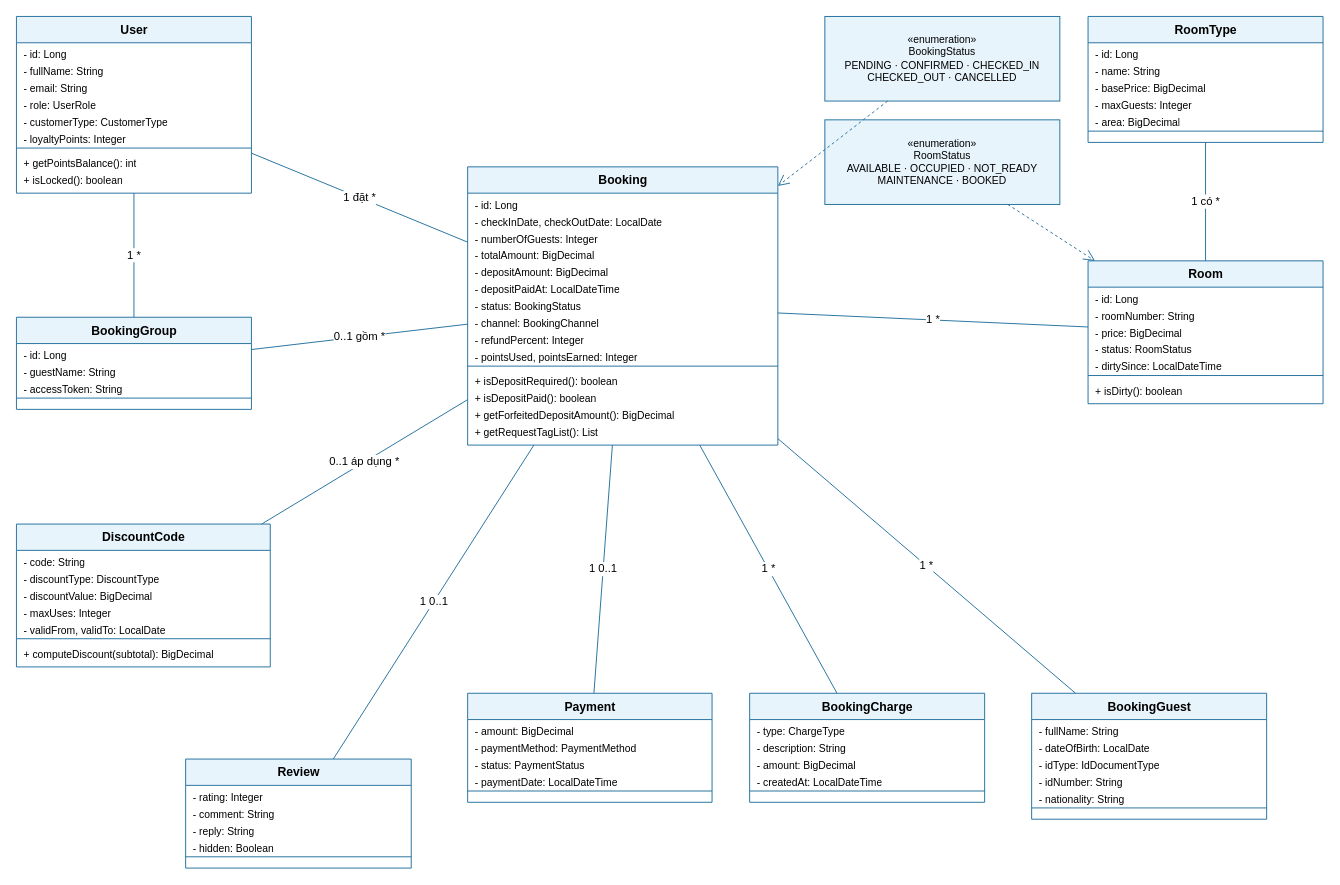
Earlier version of the draw.io diagram docs/thiet-ke/bieu-do-lop.drawio (ngynquchn2511/beach-hotel). Source tidied: cells renumbered, new cells numbered last; positions are measured from the earlier drawing's top-left corner, leaving out a move shared by most shapes. Both pictures are drawn from the tidied source at 94%, with x=0, y=0 at pixel (16, 16).
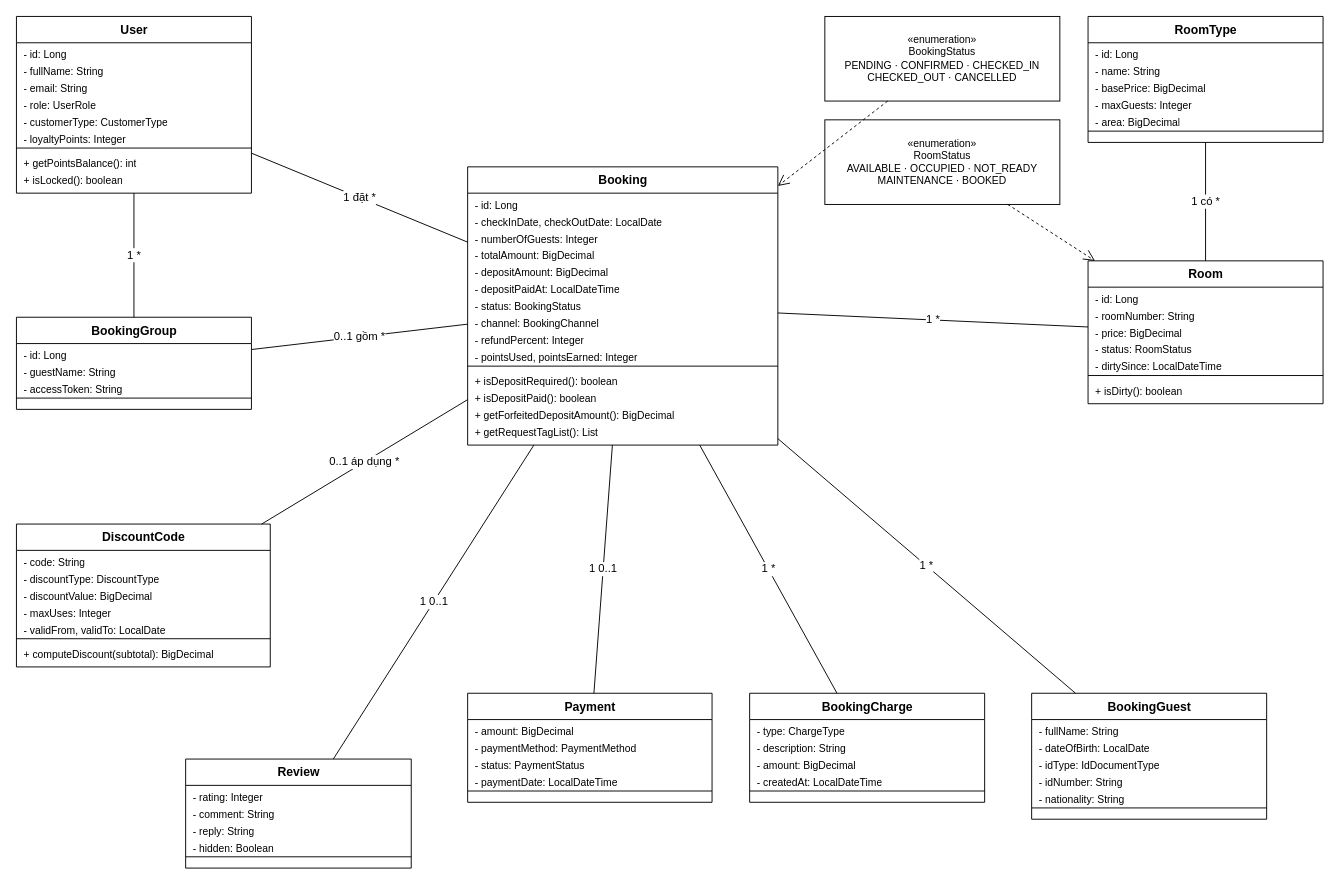
Above is the later version.

What changed in the source:
```diff
@@
-    <mxCell id="2" value="User" style="swimlane;fontStyle=1;align=center;verticalAlign=top;horizontal=1;startSize=28;html=1;fillColor=#E8F4FB;strokeColor=#1F6E9C;fontSize=13;" parent="1" vertex="1">
+    <mxCell id="2" value="User" style="swimlane;fontStyle=1;align=center;verticalAlign=top;horizontal=1;startSize=28;html=1;fillColor=#FFFFFF;strokeColor=#000000;fontSize=13;" parent="1" vertex="1">
       <mxGeometry width="250" height="188" as="geometry" />
     </mxCell>
@@
-    <mxCell id="9" style="line;strokeWidth=1;fillColor=none;align=left;verticalAlign=middle;spacingTop=-1;spacingLeft=3;spacingRight=3;labelPosition=right;strokeColor=#1F6E9C;" parent="2" vertex="1">
+    <mxCell id="9" style="line;strokeWidth=1;fillColor=none;align=left;verticalAlign=middle;spacingTop=-1;spacingLeft=3;spacingRight=3;labelPosition=right;strokeColor=#000000;" parent="2" vertex="1">
       <mxGeometry y="136" width="250" height="8" as="geometry" />
     </mxCell>
@@
-    <mxCell id="12" value="RoomType" style="swimlane;fontStyle=1;align=center;verticalAlign=top;horizontal=1;startSize=28;html=1;fillColor=#E8F4FB;strokeColor=#1F6E9C;fontSize=13;" parent="1" vertex="1">
+    <mxCell id="12" value="RoomType" style="swimlane;fontStyle=1;align=center;verticalAlign=top;horizontal=1;startSize=28;html=1;fillColor=#FFFFFF;strokeColor=#000000;fontSize=13;" parent="1" vertex="1">
       <mxGeometry x="1140" width="250" height="134" as="geometry" />
     </mxCell>
@@
-    <mxCell id="18" style="line;strokeWidth=1;fillColor=none;align=left;verticalAlign=middle;spacingTop=-1;spacingLeft=3;spacingRight=3;labelPosition=right;strokeColor=#1F6E9C;" parent="12" vertex="1">
+    <mxCell id="18" style="line;strokeWidth=1;fillColor=none;align=left;verticalAlign=middle;spacingTop=-1;spacingLeft=3;spacingRight=3;labelPosition=right;strokeColor=#000000;" parent="12" vertex="1">
       <mxGeometry y="118" width="250" height="8" as="geometry" />
     </mxCell>
-    <mxCell id="19" value="Room" style="swimlane;fontStyle=1;align=center;verticalAlign=top;horizontal=1;startSize=28;html=1;fillColor=#E8F4FB;strokeColor=#1F6E9C;fontSize=13;" parent="1" vertex="1">
+    <mxCell id="19" value="Room" style="swimlane;fontStyle=1;align=center;verticalAlign=top;horizontal=1;startSize=28;html=1;fillColor=#FFFFFF;strokeColor=#000000;fontSize=13;" parent="1" vertex="1">
       <mxGeometry x="1140" y="260" width="250" height="152" as="geometry" />
     </mxCell>
@@
-    <mxCell id="25" style="line;strokeWidth=1;fillColor=none;align=left;verticalAlign=middle;spacingTop=-1;spacingLeft=3;spacingRight=3;labelPosition=right;strokeColor=#1F6E9C;" parent="19" vertex="1">
+    <mxCell id="25" style="line;strokeWidth=1;fillColor=none;align=left;verticalAlign=middle;spacingTop=-1;spacingLeft=3;spacingRight=3;labelPosition=right;strokeColor=#000000;" parent="19" vertex="1">
       <mxGeometry y="118" width="250" height="8" as="geometry" />
     </mxCell>
@@
-    <mxCell id="27" value="Booking" style="swimlane;fontStyle=1;align=center;verticalAlign=top;horizontal=1;startSize=28;html=1;fillColor=#E8F4FB;strokeColor=#1F6E9C;fontSize=13;" parent="1" vertex="1">
+    <mxCell id="27" value="Booking" style="swimlane;fontStyle=1;align=center;verticalAlign=top;horizontal=1;startSize=28;html=1;fillColor=#FFFFFF;strokeColor=#000000;fontSize=13;" parent="1" vertex="1">
       <mxGeometry x="480" y="160" width="330" height="296" as="geometry" />
     </mxCell>
@@
-    <mxCell id="38" style="line;strokeWidth=1;fillColor=none;align=left;verticalAlign=middle;spacingTop=-1;spacingLeft=3;spacingRight=3;labelPosition=right;strokeColor=#1F6E9C;" parent="27" vertex="1">
+    <mxCell id="38" style="line;strokeWidth=1;fillColor=none;align=left;verticalAlign=middle;spacingTop=-1;spacingLeft=3;spacingRight=3;labelPosition=right;strokeColor=#000000;" parent="27" vertex="1">
       <mxGeometry y="208" width="330" height="8" as="geometry" />
     </mxCell>
@@
-    <mxCell id="43" value="BookingGroup" style="swimlane;fontStyle=1;align=center;verticalAlign=top;horizontal=1;startSize=28;html=1;fillColor=#E8F4FB;strokeColor=#1F6E9C;fontSize=13;" parent="1" vertex="1">
+    <mxCell id="43" value="BookingGroup" style="swimlane;fontStyle=1;align=center;verticalAlign=top;horizontal=1;startSize=28;html=1;fillColor=#FFFFFF;strokeColor=#000000;fontSize=13;" parent="1" vertex="1">
       <mxGeometry y="320" width="250" height="98" as="geometry" />
     </mxCell>
@@
-    <mxCell id="47" style="line;strokeWidth=1;fillColor=none;align=left;verticalAlign=middle;spacingTop=-1;spacingLeft=3;spacingRight=3;labelPosition=right;strokeColor=#1F6E9C;" parent="43" vertex="1">
+    <mxCell id="47" style="line;strokeWidth=1;fillColor=none;align=left;verticalAlign=middle;spacingTop=-1;spacingLeft=3;spacingRight=3;labelPosition=right;strokeColor=#000000;" parent="43" vertex="1">
       <mxGeometry y="82" width="250" height="8" as="geometry" />
     </mxCell>
-    <mxCell id="48" value="DiscountCode" style="swimlane;fontStyle=1;align=center;verticalAlign=top;horizontal=1;startSize=28;html=1;fillColor=#E8F4FB;strokeColor=#1F6E9C;fontSize=13;" parent="1" vertex="1">
+    <mxCell id="48" value="DiscountCode" style="swimlane;fontStyle=1;align=center;verticalAlign=top;horizontal=1;startSize=28;html=1;fillColor=#FFFFFF;strokeColor=#000000;fontSize=13;" parent="1" vertex="1">
       <mxGeometry y="540" width="270" height="152" as="geometry" />
     </mxCell>
@@
-    <mxCell id="54" style="line;strokeWidth=1;fillColor=none;align=left;verticalAlign=middle;spacingTop=-1;spacingLeft=3;spacingRight=3;labelPosition=right;strokeColor=#1F6E9C;" parent="48" vertex="1">
+    <mxCell id="54" style="line;strokeWidth=1;fillColor=none;align=left;verticalAlign=middle;spacingTop=-1;spacingLeft=3;spacingRight=3;labelPosition=right;strokeColor=#000000;" parent="48" vertex="1">
       <mxGeometry y="118" width="270" height="8" as="geometry" />
     </mxCell>
@@
-    <mxCell id="56" value="Payment" style="swimlane;fontStyle=1;align=center;verticalAlign=top;horizontal=1;startSize=28;html=1;fillColor=#E8F4FB;strokeColor=#1F6E9C;fontSize=13;" parent="1" vertex="1">
+    <mxCell id="56" value="Payment" style="swimlane;fontStyle=1;align=center;verticalAlign=top;horizontal=1;startSize=28;html=1;fillColor=#FFFFFF;strokeColor=#000000;fontSize=13;" parent="1" vertex="1">
       <mxGeometry x="480" y="720" width="260" height="116" as="geometry" />
     </mxCell>
@@
-    <mxCell id="61" style="line;strokeWidth=1;fillColor=none;align=left;verticalAlign=middle;spacingTop=-1;spacingLeft=3;spacingRight=3;labelPosition=right;strokeColor=#1F6E9C;" parent="56" vertex="1">
+    <mxCell id="61" style="line;strokeWidth=1;fillColor=none;align=left;verticalAlign=middle;spacingTop=-1;spacingLeft=3;spacingRight=3;labelPosition=right;strokeColor=#000000;" parent="56" vertex="1">
       <mxGeometry y="100" width="260" height="8" as="geometry" />
     </mxCell>
-    <mxCell id="62" value="BookingCharge" style="swimlane;fontStyle=1;align=center;verticalAlign=top;horizontal=1;startSize=28;html=1;fillColor=#E8F4FB;strokeColor=#1F6E9C;fontSize=13;" parent="1" vertex="1">
+    <mxCell id="62" value="BookingCharge" style="swimlane;fontStyle=1;align=center;verticalAlign=top;horizontal=1;startSize=28;html=1;fillColor=#FFFFFF;strokeColor=#000000;fontSize=13;" parent="1" vertex="1">
       <mxGeometry x="780" y="720" width="250" height="116" as="geometry" />
     </mxCell>
@@
-    <mxCell id="67" style="line;strokeWidth=1;fillColor=none;align=left;verticalAlign=middle;spacingTop=-1;spacingLeft=3;spacingRight=3;labelPosition=right;strokeColor=#1F6E9C;" parent="62" vertex="1">
+    <mxCell id="67" style="line;strokeWidth=1;fillColor=none;align=left;verticalAlign=middle;spacingTop=-1;spacingLeft=3;spacingRight=3;labelPosition=right;strokeColor=#000000;" parent="62" vertex="1">
       <mxGeometry y="100" width="250" height="8" as="geometry" />
     </mxCell>
-    <mxCell id="68" value="BookingGuest" style="swimlane;fontStyle=1;align=center;verticalAlign=top;horizontal=1;startSize=28;html=1;fillColor=#E8F4FB;strokeColor=#1F6E9C;fontSize=13;" parent="1" vertex="1">
+    <mxCell id="68" value="BookingGuest" style="swimlane;fontStyle=1;align=center;verticalAlign=top;horizontal=1;startSize=28;html=1;fillColor=#FFFFFF;strokeColor=#000000;fontSize=13;" parent="1" vertex="1">
       <mxGeometry x="1080" y="720" width="250" height="134" as="geometry" />
     </mxCell>
@@
-    <mxCell id="74" style="line;strokeWidth=1;fillColor=none;align=left;verticalAlign=middle;spacingTop=-1;spacingLeft=3;spacingRight=3;labelPosition=right;strokeColor=#1F6E9C;" parent="68" vertex="1">
+    <mxCell id="74" style="line;strokeWidth=1;fillColor=none;align=left;verticalAlign=middle;spacingTop=-1;spacingLeft=3;spacingRight=3;labelPosition=right;strokeColor=#000000;" parent="68" vertex="1">
       <mxGeometry y="118" width="250" height="8" as="geometry" />
     </mxCell>
-    <mxCell id="75" value="Review" style="swimlane;fontStyle=1;align=center;verticalAlign=top;horizontal=1;startSize=28;html=1;fillColor=#E8F4FB;strokeColor=#1F6E9C;fontSize=13;" parent="1" vertex="1">
+    <mxCell id="75" value="Review" style="swimlane;fontStyle=1;align=center;verticalAlign=top;horizontal=1;startSize=28;html=1;fillColor=#FFFFFF;strokeColor=#000000;fontSize=13;" parent="1" vertex="1">
       <mxGeometry x="180" y="790" width="240" height="116" as="geometry" />
     </mxCell>
@@
-    <mxCell id="80" style="line;strokeWidth=1;fillColor=none;align=left;verticalAlign=middle;spacingTop=-1;spacingLeft=3;spacingRight=3;labelPosition=right;strokeColor=#1F6E9C;" parent="75" vertex="1">
+    <mxCell id="80" style="line;strokeWidth=1;fillColor=none;align=left;verticalAlign=middle;spacingTop=-1;spacingLeft=3;spacingRight=3;labelPosition=right;strokeColor=#000000;" parent="75" vertex="1">
       <mxGeometry y="100" width="240" height="8" as="geometry" />
     </mxCell>
-    <mxCell id="81" value="«enumeration»&lt;br&gt;BookingStatus&lt;br&gt;PENDING · CONFIRMED · CHECKED_IN&lt;br&gt;CHECKED_OUT · CANCELLED" style="rounded=0;whiteSpace=wrap;html=1;fillColor=#E8F4FB;strokeColor=#1F6E9C;fontSize=13;fontSize=11;" parent="1" vertex="1">
+    <mxCell id="81" value="«enumeration»&lt;br&gt;BookingStatus&lt;br&gt;PENDING · CONFIRMED · CHECKED_IN&lt;br&gt;CHECKED_OUT · CANCELLED" style="rounded=0;whiteSpace=wrap;html=1;fillColor=#FFFFFF;strokeColor=#000000;fontSize=13;fontSize=11;" parent="1" vertex="1">
       <mxGeometry x="860" width="250" height="90" as="geometry" />
     </mxCell>
-    <mxCell id="82" value="«enumeration»&lt;br&gt;RoomStatus&lt;br&gt;AVAILABLE · OCCUPIED · NOT_READY&lt;br&gt;MAINTENANCE · BOOKED" style="rounded=0;whiteSpace=wrap;html=1;fillColor=#E8F4FB;strokeColor=#1F6E9C;fontSize=13;fontSize=11;" parent="1" vertex="1">
+    <mxCell id="82" value="«enumeration»&lt;br&gt;RoomStatus&lt;br&gt;AVAILABLE · OCCUPIED · NOT_READY&lt;br&gt;MAINTENANCE · BOOKED" style="rounded=0;whiteSpace=wrap;html=1;fillColor=#FFFFFF;strokeColor=#000000;fontSize=13;fontSize=11;" parent="1" vertex="1">
       <mxGeometry x="860" y="110" width="250" height="90" as="geometry" />
     </mxCell>
-    <mxCell id="83" value="1        đặt        *" style="endArrow=none;html=1;strokeColor=#1F6E9C;fontSize=12;labelBackgroundColor=#FFFFFF;" parent="1" edge="1" source="2" target="27">
+    <mxCell id="83" value="1        đặt        *" style="endArrow=none;html=1;strokeColor=#000000;fontSize=12;labelBackgroundColor=#FFFFFF;" parent="1" edge="1" source="2" target="27">
       <mxGeometry relative="1" as="geometry" />
     </mxCell>
-    <mxCell id="84" value="1   có   *" style="endArrow=none;html=1;strokeColor=#1F6E9C;fontSize=12;labelBackgroundColor=#FFFFFF;" parent="1" edge="1" source="12" target="19">
+    <mxCell id="84" value="1   có   *" style="endArrow=none;html=1;strokeColor=#000000;fontSize=12;labelBackgroundColor=#FFFFFF;" parent="1" edge="1" source="12" target="19">
       <mxGeometry relative="1" as="geometry" />
     </mxCell>
-    <mxCell id="85" value="1        *" style="endArrow=none;html=1;strokeColor=#1F6E9C;fontSize=12;labelBackgroundColor=#FFFFFF;" parent="1" edge="1" source="19" target="27">
+    <mxCell id="85" value="1        *" style="endArrow=none;html=1;strokeColor=#000000;fontSize=12;labelBackgroundColor=#FFFFFF;" parent="1" edge="1" source="19" target="27">
       <mxGeometry relative="1" as="geometry" />
     </mxCell>
-    <mxCell id="86" value="0..1     gồm     *" style="endArrow=none;html=1;strokeColor=#1F6E9C;fontSize=12;labelBackgroundColor=#FFFFFF;" parent="1" edge="1" source="43" target="27">
+    <mxCell id="86" value="0..1     gồm     *" style="endArrow=none;html=1;strokeColor=#000000;fontSize=12;labelBackgroundColor=#FFFFFF;" parent="1" edge="1" source="43" target="27">
       <mxGeometry relative="1" as="geometry" />
     </mxCell>
-    <mxCell id="87" value="1   *" style="endArrow=none;html=1;strokeColor=#1F6E9C;fontSize=12;labelBackgroundColor=#FFFFFF;" parent="1" edge="1" source="2" target="43">
+    <mxCell id="87" value="1   *" style="endArrow=none;html=1;strokeColor=#000000;fontSize=12;labelBackgroundColor=#FFFFFF;" parent="1" edge="1" source="2" target="43">
       <mxGeometry relative="1" as="geometry" />
     </mxCell>
-    <mxCell id="88" value="0..1   áp dụng   *" style="endArrow=none;html=1;strokeColor=#1F6E9C;fontSize=12;labelBackgroundColor=#FFFFFF;" parent="1" edge="1" source="48" target="27">
+    <mxCell id="88" value="0..1   áp dụng   *" style="endArrow=none;html=1;strokeColor=#000000;fontSize=12;labelBackgroundColor=#FFFFFF;" parent="1" edge="1" source="48" target="27">
       <mxGeometry relative="1" as="geometry" />
     </mxCell>
-    <mxCell id="89" value="1   0..1" style="endArrow=none;html=1;strokeColor=#1F6E9C;fontSize=12;labelBackgroundColor=#FFFFFF;" parent="1" edge="1" source="27" target="56">
+    <mxCell id="89" value="1   0..1" style="endArrow=none;html=1;strokeColor=#000000;fontSize=12;labelBackgroundColor=#FFFFFF;" parent="1" edge="1" source="27" target="56">
       <mxGeometry relative="1" as="geometry" />
     </mxCell>
-    <mxCell id="90" value="1   *" style="endArrow=none;html=1;strokeColor=#1F6E9C;fontSize=12;labelBackgroundColor=#FFFFFF;" parent="1" edge="1" source="27" target="62">
+    <mxCell id="90" value="1   *" style="endArrow=none;html=1;strokeColor=#000000;fontSize=12;labelBackgroundColor=#FFFFFF;" parent="1" edge="1" source="27" target="62">
       <mxGeometry relative="1" as="geometry" />
     </mxCell>
-    <mxCell id="91" value="1   *" style="endArrow=none;html=1;strokeColor=#1F6E9C;fontSize=12;labelBackgroundColor=#FFFFFF;" parent="1" edge="1" source="27" target="68">
+    <mxCell id="91" value="1   *" style="endArrow=none;html=1;strokeColor=#000000;fontSize=12;labelBackgroundColor=#FFFFFF;" parent="1" edge="1" source="27" target="68">
       <mxGeometry relative="1" as="geometry" />
     </mxCell>
-    <mxCell id="92" value="1   0..1" style="endArrow=none;html=1;strokeColor=#1F6E9C;fontSize=12;labelBackgroundColor=#FFFFFF;" parent="1" edge="1" source="27" target="75">
+    <mxCell id="92" value="1   0..1" style="endArrow=none;html=1;strokeColor=#000000;fontSize=12;labelBackgroundColor=#FFFFFF;" parent="1" edge="1" source="27" target="75">
       <mxGeometry relative="1" as="geometry" />
     </mxCell>
-    <mxCell id="93" style="html=1;endArrow=open;endSize=10;dashed=1;strokeColor=#1F6E9C;fontSize=11;labelBackgroundColor=#FFFFFF;" parent="1" edge="1" source="81" target="27">
+    <mxCell id="93" style="html=1;endArrow=open;endSize=10;dashed=1;strokeColor=#000000;fontSize=11;labelBackgroundColor=#FFFFFF;" parent="1" edge="1" source="81" target="27">
       <mxGeometry relative="1" as="geometry" />
     </mxCell>
-    <mxCell id="94" style="html=1;endArrow=open;endSize=10;dashed=1;strokeColor=#1F6E9C;fontSize=11;labelBackgroundColor=#FFFFFF;" parent="1" edge="1" source="82" target="19">
+    <mxCell id="94" style="html=1;endArrow=open;endSize=10;dashed=1;strokeColor=#000000;fontSize=11;labelBackgroundColor=#FFFFFF;" parent="1" edge="1" source="82" target="19">
       <mxGeometry relative="1" as="geometry" />
     </mxCell>
```
